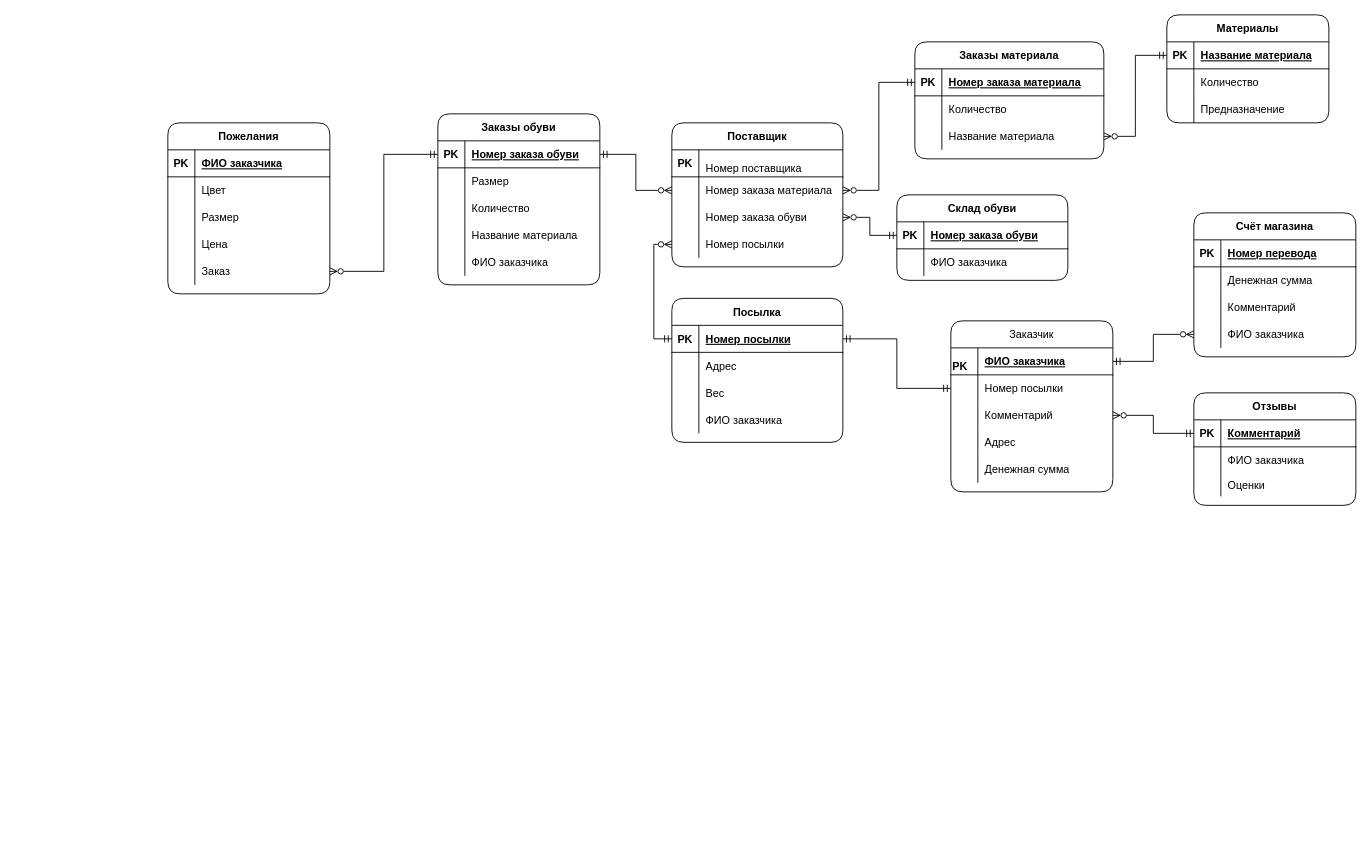
This is Er.drawio from MorozovStanislav/Repozitory, a draw.io file, before an edit. Source tidied: cells renumbered, new cells numbered last; positions are measured from the earlier drawing's top-left corner, leaving out a move shared by most shapes. Both pictures are drawn from the tidied source at 90%, with x=0, y=0 at pixel (167, 14).
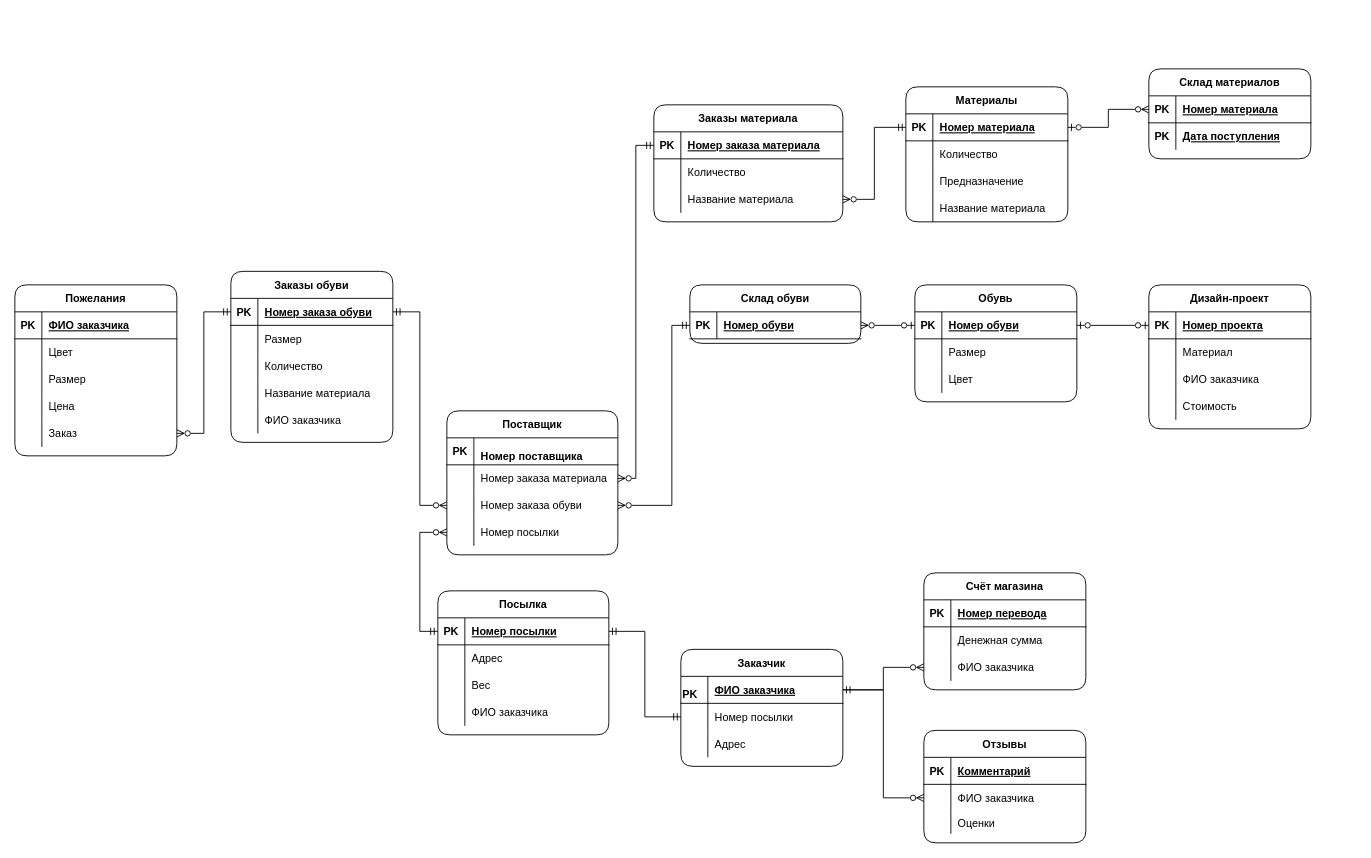
After the change.

Unchanged cells that the change refers to:
```xml
<mxCell id="3" style="shape=partialRectangle;fillColor=none;top=0;left=0;bottom=1;right=0;points=[[0,0.5],[1,0.5]];portConstraint=eastwest;" parent="2" vertex="1">
  <mxGeometry y="30" width="180" height="30" as="geometry" />
</mxCell>
<mxCell id="45" style="shape=partialRectangle;fillColor=none;top=0;left=0;bottom=1;right=0;points=[[0,0.5],[1,0.5]];portConstraint=eastwest;" parent="44" vertex="1">
  <mxGeometry y="30" width="180" height="30" as="geometry" />
</mxCell>
<mxCell id="58" style="shape=partialRectangle;fillColor=none;top=0;left=0;bottom=1;right=0;points=[[0,0.5],[1,0.5]];portConstraint=eastwest;" parent="57" vertex="1">
  <mxGeometry y="30" width="180" height="30" as="geometry" />
</mxCell>
<mxCell id="61" style="shape=partialRectangle;fillColor=none;top=0;left=0;bottom=0;right=0;points=[[0,0.5],[1,0.5]];portConstraint=eastwest;" parent="57" vertex="1">
  <mxGeometry y="60" width="180" height="30" as="geometry" />
</mxCell>
<mxCell id="81" style="shape=partialRectangle;fillColor=none;top=0;left=0;bottom=1;right=0;points=[[0,0.5],[1,0.5]];portConstraint=eastwest;" parent="80" vertex="1">
  <mxGeometry y="30" width="190" height="30" as="geometry" />
</mxCell>
<mxCell id="101" style="shape=partialRectangle;fillColor=none;top=0;left=0;bottom=1;right=0;rounded=1;sketch=0;" parent="100" vertex="1">
  <mxGeometry y="30" width="190" height="30" as="geometry" />
</mxCell>
<mxCell id="104" style="shape=partialRectangle;fillColor=none;top=0;left=0;bottom=0;right=0;points=[[0,0.5],[1,0.5]];portConstraint=eastwest;rounded=1;sketch=0;" parent="100" vertex="1">
  <mxGeometry y="60" width="190" height="30" as="geometry" />
</mxCell>
<mxCell id="107" style="shape=partialRectangle;fillColor=none;top=0;left=0;bottom=0;right=0;points=[[0,0.5],[1,0.5]];portConstraint=eastwest;rounded=1;sketch=0;" parent="100" vertex="1">
  <mxGeometry y="90" width="190" height="30" as="geometry" />
</mxCell>
<mxCell id="118" style="shape=partialRectangle;fillColor=none;top=0;left=0;bottom=1;right=0;points=[[0,0.5],[1,0.5]];portConstraint=eastwest;rounded=1;sketch=0;align=left;verticalAlign=bottom;" parent="117" vertex="1">
  <mxGeometry y="30" width="180" height="30" as="geometry" />
</mxCell>
```

Diff of the diagram source:
```diff
@@
     <mxCell id="2" value="Заказы обуви" style="shape=table;startSize=30;childLayout=tableLayout;rowLines=0;fontStyle=1;align=center;rounded=1;" parent="1" vertex="1">
-      <mxGeometry x="300" y="110" width="180" height="190" as="geometry" />
+      <mxGeometry x="70" y="285" width="180" height="190" as="geometry" />
     </mxCell>
@@
     <mxCell id="18" value="Заказы материала" style="shape=table;startSize=30;childLayout=tableLayout;rowLines=0;fontStyle=1;align=center;rounded=1;" parent="1" vertex="1">
-      <mxGeometry x="830" y="30" width="210" height="130" as="geometry" />
+      <mxGeometry x="540" y="100" width="210" height="130" as="geometry" />
     </mxCell>
@@
     <mxCell id="28" value="Пожелания" style="shape=table;startSize=30;childLayout=tableLayout;rowLines=0;fontStyle=1;align=center;rounded=1;" parent="1" vertex="1">
-      <mxGeometry y="120" width="180" height="190" as="geometry" />
+      <mxGeometry x="-170" y="300" width="180" height="190" as="geometry" />
     </mxCell>
@@
     <mxCell id="44" value="Материалы" style="shape=table;startSize=30;childLayout=tableLayout;rowLines=0;fontStyle=1;align=center;rounded=1;" parent="1" vertex="1">
-      <mxGeometry x="1110" width="180" height="120" as="geometry" />
+      <mxGeometry x="820" y="80" width="180" height="150" as="geometry" />
     </mxCell>
@@
-    <mxCell id="47" value="Название материала" style="shape=partialRectangle;fillColor=none;top=0;left=0;bottom=0;right=0;align=left;spacingLeft=6;fontStyle=5;overflow=hidden;" parent="45" vertex="1">
+    <mxCell id="47" value="Номер материала" style="shape=partialRectangle;fillColor=none;top=0;left=0;bottom=0;right=0;align=left;spacingLeft=6;fontStyle=5;overflow=hidden;" parent="45" vertex="1">
       <mxGeometry x="30" width="150" height="30" as="geometry" />
     </mxCell>
@@
+    <mxCell id="138" style="shape=partialRectangle;fillColor=none;top=0;left=0;bottom=0;right=0;" parent="44" vertex="1">
+      <mxGeometry y="120" width="180" height="30" as="geometry" />
+    </mxCell>
+    <mxCell id="139" style="shape=partialRectangle;fillColor=none;top=0;left=0;bottom=0;right=0;overflow=hidden;" parent="138" vertex="1">
+      <mxGeometry width="30" height="30" as="geometry" />
+    </mxCell>
+    <mxCell id="140" value="Название материала" style="shape=partialRectangle;fillColor=none;top=0;left=0;bottom=0;right=0;align=left;spacingLeft=6;overflow=hidden;" parent="138" vertex="1">
+      <mxGeometry x="30" width="150" height="30" as="geometry" />
+    </mxCell>
     <mxCell id="54" style="shape=partialRectangle;fillColor=none;top=0;left=0;bottom=0;right=0;" parent="44" vertex="1">
-      <mxGeometry y="120" width="180" as="geometry" />
+      <mxGeometry y="150" width="180" as="geometry" />
     </mxCell>
@@
+    <mxCell id="141" style="shape=partialRectangle;fillColor=none;top=0;left=0;bottom=0;right=0;" parent="44" vertex="1">
+      <mxGeometry y="150" width="180" as="geometry" />
+    </mxCell>
+    <mxCell id="142" style="shape=partialRectangle;fillColor=none;top=0;left=0;bottom=0;right=0;overflow=hidden;" parent="141" vertex="1">
+      <mxGeometry width="30" as="geometry" />
+    </mxCell>
+    <mxCell id="143" style="shape=partialRectangle;fillColor=none;top=0;left=0;bottom=0;right=0;align=left;spacingLeft=6;overflow=hidden;" parent="141" vertex="1">
+      <mxGeometry x="30" width="150" as="geometry" />
+    </mxCell>
     <mxCell id="57" value="Отзывы" style="shape=table;startSize=30;childLayout=tableLayout;rowLines=0;fontStyle=1;align=center;rounded=1;" parent="1" vertex="1">
-      <mxGeometry x="1140" y="420" width="180" height="125" as="geometry" />
+      <mxGeometry x="840" y="795" width="180" height="125" as="geometry" />
     </mxCell>
@@
     <mxCell id="67" value="Счёт магазина" style="shape=table;startSize=30;childLayout=tableLayout;rowLines=0;fontStyle=1;align=center;rounded=1;" parent="1" vertex="1">
-      <mxGeometry x="1140" y="220" width="180" height="160" as="geometry" />
+      <mxGeometry x="840" y="620" width="180" height="130" as="geometry" />
     </mxCell>
@@
-    <mxCell id="74" style="shape=partialRectangle;fillColor=none;top=0;left=0;bottom=0;right=0;" parent="67" vertex="1">
-      <mxGeometry y="90" width="180" height="30" as="geometry" />
-    </mxCell>
-    <mxCell id="75" style="shape=partialRectangle;fillColor=none;top=0;left=0;bottom=0;right=0;overflow=hidden;" parent="74" vertex="1">
-      <mxGeometry width="30" height="30" as="geometry" />
-    </mxCell>
-    <mxCell id="76" value="Комментарий" style="shape=partialRectangle;fillColor=none;top=0;left=0;bottom=0;right=0;align=left;spacingLeft=6;overflow=hidden;" parent="74" vertex="1">
-      <mxGeometry x="30" width="150" height="30" as="geometry" />
-    </mxCell>
     <mxCell id="77" style="shape=partialRectangle;fillColor=none;top=0;left=0;bottom=0;right=0;points=[[0,0.5],[1,0.5]];portConstraint=eastwest;" parent="67" vertex="1">
-      <mxGeometry y="120" width="180" height="30" as="geometry" />
+      <mxGeometry y="90" width="180" height="30" as="geometry" />
     </mxCell>
@@
     <mxCell id="80" value="Склад обуви" style="shape=table;startSize=30;childLayout=tableLayout;rowLines=0;fontStyle=1;align=center;rounded=1;" parent="1" vertex="1">
-      <mxGeometry x="810" y="200" width="190" height="95" as="geometry" />
+      <mxGeometry x="580" y="300" width="190" height="65" as="geometry" />
     </mxCell>
@@
-    <mxCell id="83" value="Номер заказа обуви" style="shape=partialRectangle;fillColor=none;top=0;left=0;bottom=0;right=0;align=left;spacingLeft=6;fontStyle=5;overflow=hidden;" parent="81" vertex="1">
+    <mxCell id="83" value="Номер обуви" style="shape=partialRectangle;fillColor=none;top=0;left=0;bottom=0;right=0;align=left;spacingLeft=6;fontStyle=5;overflow=hidden;" parent="81" vertex="1">
       <mxGeometry x="30" width="160" height="30" as="geometry" />
     </mxCell>
-    <mxCell id="84" style="shape=partialRectangle;fillColor=none;top=0;left=0;bottom=0;right=0;" parent="80" vertex="1">
-      <mxGeometry y="60" width="190" height="30" as="geometry" />
-    </mxCell>
-    <mxCell id="85" style="shape=partialRectangle;fillColor=none;top=0;left=0;bottom=0;right=0;overflow=hidden;" parent="84" vertex="1">
-      <mxGeometry width="30" height="30" as="geometry" />
-    </mxCell>
-    <mxCell id="86" value="ФИО заказчика" style="shape=partialRectangle;fillColor=none;top=0;left=0;bottom=0;right=0;align=left;spacingLeft=6;overflow=hidden;" parent="84" vertex="1">
-      <mxGeometry x="30" width="160" height="30" as="geometry" />
-    </mxCell>
     <mxCell id="87" value="Посылка" style="shape=table;startSize=30;childLayout=tableLayout;rowLines=0;fontStyle=1;align=center;fillColor=default;swimlaneFillColor=none;perimeterSpacing=0;sketch=0;rounded=1;" parent="1" vertex="1">
-      <mxGeometry x="560" y="315" width="190" height="160" as="geometry" />
+      <mxGeometry x="300" y="640" width="190" height="160" as="geometry" />
     </mxCell>
@@
     <mxCell id="100" value="Поставщик" style="shape=table;startSize=30;childLayout=tableLayout;rowLines=0;fontStyle=1;align=center;rounded=1;sketch=0;fillColor=default;gradientColor=none;" parent="1" vertex="1">
-      <mxGeometry x="560" y="120" width="190" height="160" as="geometry" />
+      <mxGeometry x="310" y="440" width="190" height="160" as="geometry" />
     </mxCell>
@@
-    <mxCell id="103" value="Номер поставщика" style="shape=partialRectangle;fillColor=none;top=0;left=0;bottom=0;right=0;align=left;spacingLeft=6;fontStyle=0;overflow=hidden;rounded=1;sketch=0;verticalAlign=bottom;" parent="101" vertex="1">
+    <mxCell id="103" value="Номер поставщика" style="shape=partialRectangle;fillColor=none;top=0;left=0;bottom=0;right=0;align=left;spacingLeft=6;fontStyle=1;overflow=hidden;rounded=1;sketch=0;verticalAlign=bottom;fontColor=#000000;" parent="101" vertex="1">
       <mxGeometry x="30" width="160" height="30" as="geometry" />
     </mxCell>
@@
     <mxCell id="113" style="edgeStyle=orthogonalEdgeStyle;rounded=0;jettySize=auto;html=1;exitX=0;exitY=0.5;exitDx=0;exitDy=0;startArrow=ERmandOne;startFill=0;endArrow=ERzeroToMany;endFill=0;" parent="1" edge="1" source="81" target="107">
-      <mxGeometry relative="1" as="geometry" />
+      <mxGeometry relative="1" as="geometry">
+        <Array as="points">
+          <mxPoint x="560" y="345" />
+          <mxPoint x="560" y="545" />
+        </Array>
+      </mxGeometry>
     </mxCell>
@@
-    <mxCell id="116" style="edgeStyle=orthogonalEdgeStyle;rounded=0;jettySize=auto;html=1;exitX=1;exitY=0.5;exitDx=0;exitDy=0;startArrow=ERmandOne;startFill=0;endArrow=ERzeroToMany;endFill=0;" parent="1" edge="1" source="3" target="104">
+    <mxCell id="116" style="edgeStyle=orthogonalEdgeStyle;rounded=0;jettySize=auto;html=1;exitX=1;exitY=0.5;exitDx=0;exitDy=0;startArrow=ERmandOne;startFill=0;endArrow=ERzeroToMany;endFill=0;" parent="1" edge="1" source="3" target="107">
       <mxGeometry relative="1" as="geometry" />
     </mxCell>
-    <mxCell id="117" value="Заказчик" style="shape=table;startSize=30;childLayout=tableLayout;rowLines=0;fontStyle=0;align=center;rounded=1;sketch=0;fillColor=default;gradientColor=none;" parent="1" vertex="1">
-      <mxGeometry x="870" y="340" width="180" height="190" as="geometry" />
+    <mxCell id="117" value="Заказчик" style="shape=table;startSize=30;childLayout=tableLayout;rowLines=0;fontStyle=1;align=center;rounded=1;sketch=0;fillColor=default;gradientColor=none;" parent="1" vertex="1">
+      <mxGeometry x="570" y="705" width="180" height="130" as="geometry" />
     </mxCell>
@@
-    <mxCell id="124" style="shape=partialRectangle;fillColor=none;top=0;left=0;bottom=0;right=0;points=[[0,0.5],[1,0.5]];portConstraint=eastwest;rounded=1;sketch=0;align=left;verticalAlign=bottom;" parent="117" vertex="1">
-      <mxGeometry y="90" width="180" height="30" as="geometry" />
-    </mxCell>
-    <mxCell id="125" style="shape=partialRectangle;fillColor=none;top=0;left=0;bottom=0;right=0;overflow=hidden;rounded=1;sketch=0;align=left;verticalAlign=bottom;" parent="124" vertex="1">
-      <mxGeometry width="30" height="30" as="geometry" />
-    </mxCell>
-    <mxCell id="126" value="Комментарий" style="shape=partialRectangle;fillColor=none;top=0;left=0;bottom=0;right=0;align=left;spacingLeft=6;overflow=hidden;rounded=1;sketch=0;" parent="124" vertex="1">
-      <mxGeometry x="30" width="150" height="30" as="geometry" />
-    </mxCell>
     <mxCell id="127" style="shape=partialRectangle;fillColor=none;top=0;left=0;bottom=0;right=0;rounded=1;sketch=0;align=left;verticalAlign=bottom;" parent="117" vertex="1">
-      <mxGeometry y="120" width="180" height="30" as="geometry" />
+      <mxGeometry y="90" width="180" height="30" as="geometry" />
     </mxCell>
@@
-    <mxCell id="130" style="shape=partialRectangle;fillColor=none;top=0;left=0;bottom=0;right=0;rounded=1;sketch=0;align=left;verticalAlign=bottom;" parent="117" vertex="1">
-      <mxGeometry y="150" width="180" height="30" as="geometry" />
-    </mxCell>
-    <mxCell id="131" style="shape=partialRectangle;fillColor=none;top=0;left=0;bottom=0;right=0;overflow=hidden;rounded=1;sketch=0;align=left;verticalAlign=bottom;" parent="130" vertex="1">
-      <mxGeometry width="30" height="30" as="geometry" />
-    </mxCell>
-    <mxCell id="132" value="Денежная сумма" style="shape=partialRectangle;fillColor=none;top=0;left=0;bottom=0;right=0;align=left;spacingLeft=6;overflow=hidden;rounded=1;sketch=0;" parent="130" vertex="1">
-      <mxGeometry x="30" width="150" height="30" as="geometry" />
-    </mxCell>
-    <mxCell id="133" style="edgeStyle=orthogonalEdgeStyle;rounded=0;jettySize=auto;html=1;startArrow=ERmandOne;startFill=0;endArrow=ERzeroToMany;endFill=0;" parent="1" edge="1" source="58" target="124">
+    <mxCell id="133" style="edgeStyle=orthogonalEdgeStyle;rounded=0;jettySize=auto;html=1;startArrow=ERmandOne;startFill=0;endArrow=ERzeroToMany;endFill=0;" parent="1" edge="1" source="58">
       <mxGeometry relative="1" as="geometry" />
     </mxCell>
@@
+    <mxCell id="144" value="Дизайн-проект" style="shape=table;startSize=30;childLayout=tableLayout;rowLines=0;fontStyle=1;align=center;rounded=1;" parent="1" vertex="1">
+      <mxGeometry x="1090" y="300" width="180" height="160" as="geometry" />
+    </mxCell>
+    <mxCell id="145" style="shape=partialRectangle;fillColor=none;top=0;left=0;bottom=1;right=0;points=[[0,0.5],[1,0.5]];portConstraint=eastwest;" parent="144" vertex="1">
+      <mxGeometry y="30" width="180" height="30" as="geometry" />
+    </mxCell>
+    <mxCell id="146" value="PK" style="shape=partialRectangle;fillColor=none;top=0;left=0;bottom=0;right=0;fontStyle=1;overflow=hidden;" parent="145" vertex="1">
+      <mxGeometry width="30" height="30" as="geometry" />
+    </mxCell>
+    <mxCell id="147" value="Номер проекта" style="shape=partialRectangle;fillColor=none;top=0;left=0;bottom=0;right=0;align=left;spacingLeft=6;fontStyle=5;overflow=hidden;" parent="145" vertex="1">
+      <mxGeometry x="30" width="150" height="30" as="geometry" />
+    </mxCell>
+    <mxCell id="148" style="shape=partialRectangle;fillColor=none;top=0;left=0;bottom=0;right=0;" parent="144" vertex="1">
+      <mxGeometry y="60" width="180" height="30" as="geometry" />
+    </mxCell>
+    <mxCell id="149" style="shape=partialRectangle;fillColor=none;top=0;left=0;bottom=0;right=0;overflow=hidden;" parent="148" vertex="1">
+      <mxGeometry width="30" height="30" as="geometry" />
+    </mxCell>
+    <mxCell id="150" value="Материал" style="shape=partialRectangle;fillColor=none;top=0;left=0;bottom=0;right=0;align=left;spacingLeft=6;overflow=hidden;" parent="148" vertex="1">
+      <mxGeometry x="30" width="150" height="30" as="geometry" />
+    </mxCell>
+    <mxCell id="74" style="shape=partialRectangle;fillColor=none;top=0;left=0;bottom=0;right=0;" parent="144" vertex="1">
+      <mxGeometry y="90" width="180" height="30" as="geometry" />
+    </mxCell>
+    <mxCell id="151" style="shape=partialRectangle;fillColor=none;top=0;left=0;bottom=0;right=0;overflow=hidden;" parent="74" vertex="1">
+      <mxGeometry width="30" height="30" as="geometry" />
+    </mxCell>
+    <mxCell id="86" value="ФИО заказчика" style="shape=partialRectangle;fillColor=none;top=0;left=0;bottom=0;right=0;align=left;spacingLeft=6;overflow=hidden;" parent="74" vertex="1">
+      <mxGeometry x="30" width="150" height="30" as="geometry" />
+    </mxCell>
+    <mxCell id="152" style="shape=partialRectangle;fillColor=none;top=0;left=0;bottom=0;right=0;" parent="144" vertex="1">
+      <mxGeometry y="120" width="180" height="30" as="geometry" />
+    </mxCell>
+    <mxCell id="153" style="shape=partialRectangle;fillColor=none;top=0;left=0;bottom=0;right=0;overflow=hidden;" parent="152" vertex="1">
+      <mxGeometry width="30" height="30" as="geometry" />
+    </mxCell>
+    <mxCell id="154" value="Стоимость" style="shape=partialRectangle;fillColor=none;top=0;left=0;bottom=0;right=0;align=left;spacingLeft=6;overflow=hidden;" parent="152" vertex="1">
+      <mxGeometry x="30" width="150" height="30" as="geometry" />
+    </mxCell>
+    <mxCell id="155" value="Склад материалов" style="shape=table;startSize=30;childLayout=tableLayout;rowLines=0;fontStyle=1;align=center;rounded=1;" parent="1" vertex="1">
+      <mxGeometry x="1090" y="60" width="180" height="100" as="geometry" />
+    </mxCell>
+    <mxCell id="156" style="shape=partialRectangle;fillColor=none;top=0;left=0;bottom=1;right=0;points=[[0,0.5],[1,0.5]];portConstraint=eastwest;rounded=1;" parent="155" vertex="1">
+      <mxGeometry y="30" width="180" height="30" as="geometry" />
+    </mxCell>
+    <mxCell id="157" value="PK" style="shape=partialRectangle;fillColor=none;top=0;left=0;bottom=0;right=0;fontStyle=1;overflow=hidden;rounded=1;" parent="156" vertex="1">
+      <mxGeometry width="30" height="30" as="geometry" />
+    </mxCell>
+    <mxCell id="158" value="Номер материала" style="shape=partialRectangle;fillColor=none;top=0;left=0;bottom=0;right=0;align=left;spacingLeft=6;fontStyle=5;overflow=hidden;rounded=1;" parent="156" vertex="1">
+      <mxGeometry x="30" width="150" height="30" as="geometry" />
+    </mxCell>
+    <mxCell id="159" style="shape=partialRectangle;fillColor=none;top=0;left=0;bottom=0;right=0;rounded=1;" parent="155" vertex="1">
+      <mxGeometry y="60" width="180" height="30" as="geometry" />
+    </mxCell>
+    <mxCell id="160" value="PK" style="shape=partialRectangle;fillColor=none;top=0;left=0;bottom=0;right=0;overflow=hidden;rounded=1;fontStyle=1;" parent="159" vertex="1">
+      <mxGeometry width="30" height="30" as="geometry" />
+    </mxCell>
+    <mxCell id="161" value="Дата поступления" style="shape=partialRectangle;fillColor=none;top=0;left=0;bottom=0;right=0;align=left;spacingLeft=6;overflow=hidden;rounded=1;fontStyle=5;" parent="159" vertex="1">
+      <mxGeometry x="30" width="150" height="30" as="geometry" />
+    </mxCell>
+    <mxCell id="162" value="Обувь" style="shape=table;startSize=30;childLayout=tableLayout;rowLines=0;fontStyle=1;align=center;rounded=1;" parent="1" vertex="1">
+      <mxGeometry x="830" y="300" width="180" height="130" as="geometry" />
+    </mxCell>
+    <mxCell id="163" style="shape=partialRectangle;fillColor=none;top=0;left=0;bottom=1;right=0;points=[[0,0.5],[1,0.5]];portConstraint=eastwest;rounded=1;" parent="162" vertex="1">
+      <mxGeometry y="30" width="180" height="30" as="geometry" />
+    </mxCell>
+    <mxCell id="164" value="PK" style="shape=partialRectangle;fillColor=none;top=0;left=0;bottom=0;right=0;fontStyle=1;overflow=hidden;rounded=1;" parent="163" vertex="1">
+      <mxGeometry width="30" height="30" as="geometry" />
+    </mxCell>
+    <mxCell id="165" value="Номер обуви" style="shape=partialRectangle;fillColor=none;top=0;left=0;bottom=0;right=0;align=left;spacingLeft=6;fontStyle=5;overflow=hidden;rounded=1;" parent="163" vertex="1">
+      <mxGeometry x="30" width="150" height="30" as="geometry" />
+    </mxCell>
+    <mxCell id="166" style="shape=partialRectangle;fillColor=none;top=0;left=0;bottom=0;right=0;rounded=1;" parent="162" vertex="1">
+      <mxGeometry y="60" width="180" height="30" as="geometry" />
+    </mxCell>
+    <mxCell id="167" style="shape=partialRectangle;fillColor=none;top=0;left=0;bottom=0;right=0;overflow=hidden;rounded=1;" parent="166" vertex="1">
+      <mxGeometry width="30" height="30" as="geometry" />
+    </mxCell>
+    <mxCell id="168" value="Размер" style="shape=partialRectangle;fillColor=none;top=0;left=0;bottom=0;right=0;align=left;spacingLeft=6;overflow=hidden;rounded=1;" parent="166" vertex="1">
+      <mxGeometry x="30" width="150" height="30" as="geometry" />
+    </mxCell>
+    <mxCell id="169" style="shape=partialRectangle;fillColor=none;top=0;left=0;bottom=0;right=0;rounded=1;" parent="162" vertex="1">
+      <mxGeometry y="90" width="180" height="30" as="geometry" />
+    </mxCell>
+    <mxCell id="170" style="shape=partialRectangle;fillColor=none;top=0;left=0;bottom=0;right=0;overflow=hidden;rounded=1;" parent="169" vertex="1">
+      <mxGeometry width="30" height="30" as="geometry" />
+    </mxCell>
+    <mxCell id="171" value="Цвет" style="shape=partialRectangle;fillColor=none;top=0;left=0;bottom=0;right=0;align=left;spacingLeft=6;overflow=hidden;rounded=1;" parent="169" vertex="1">
+      <mxGeometry x="30" width="150" height="30" as="geometry" />
+    </mxCell>
+    <mxCell id="172" style="edgeStyle=orthogonalEdgeStyle;rounded=0;jettySize=auto;html=1;startArrow=none;startFill=0;endArrow=ERzeroToMany;endFill=0;" parent="1" edge="1" source="118" target="61">
+      <mxGeometry relative="1" as="geometry" />
+    </mxCell>
+    <mxCell id="173" style="edgeStyle=orthogonalEdgeStyle;rounded=0;jettySize=auto;html=1;fontColor=#000000;startArrow=ERmandOne;startFill=0;endArrow=ERzeroToMany;endFill=0;" parent="1" edge="1" source="45">
+      <mxGeometry relative="1" as="geometry" />
+    </mxCell>
+    <mxCell id="174" style="edgeStyle=orthogonalEdgeStyle;rounded=0;jettySize=auto;html=1;fontColor=#000000;startArrow=ERzeroToOne;startFill=0;endArrow=ERzeroToMany;endFill=0;" parent="1" edge="1" source="45" target="156">
+      <mxGeometry relative="1" as="geometry" />
+    </mxCell>
+    <mxCell id="175" style="edgeStyle=orthogonalEdgeStyle;rounded=0;jettySize=auto;html=1;fontColor=#000000;startArrow=ERzeroToOne;startFill=0;endArrow=ERzeroToMany;endFill=0;" parent="1" edge="1" source="163" target="81">
+      <mxGeometry relative="1" as="geometry" />
+    </mxCell>
+    <mxCell id="176" style="edgeStyle=orthogonalEdgeStyle;rounded=0;jettySize=auto;html=1;fontColor=#000000;startArrow=ERzeroToOne;startFill=0;endArrow=ERzeroToOne;endFill=0;" parent="1" edge="1" source="163" target="145">
+      <mxGeometry relative="1" as="geometry" />
+    </mxCell>
```
